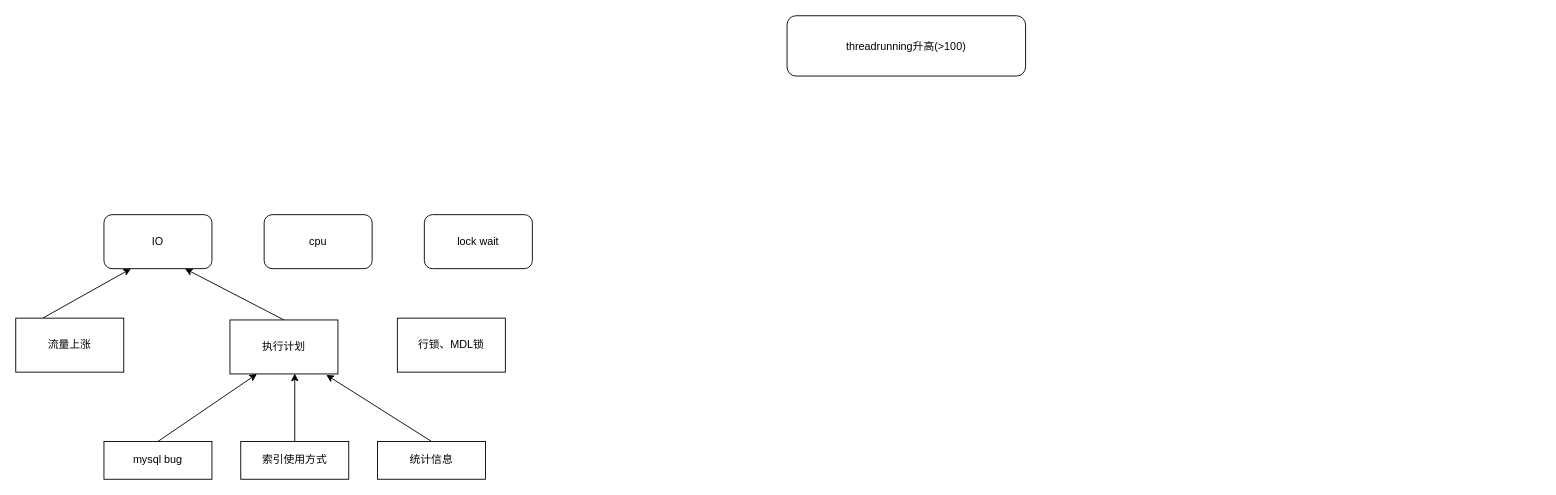
This is page "第 23 页" (23 of 23) of ksql.drawio from shangyu11/shang, a draw.io file, before an edit. Source tidied: cells renumbered, new cells numbered last; positions are measured from the earlier drawing's top-left corner, leaving out a move shared by most shapes. Both pictures are drawn from the tidied source at 90%, with x=0, y=0 at pixel (15, 15).
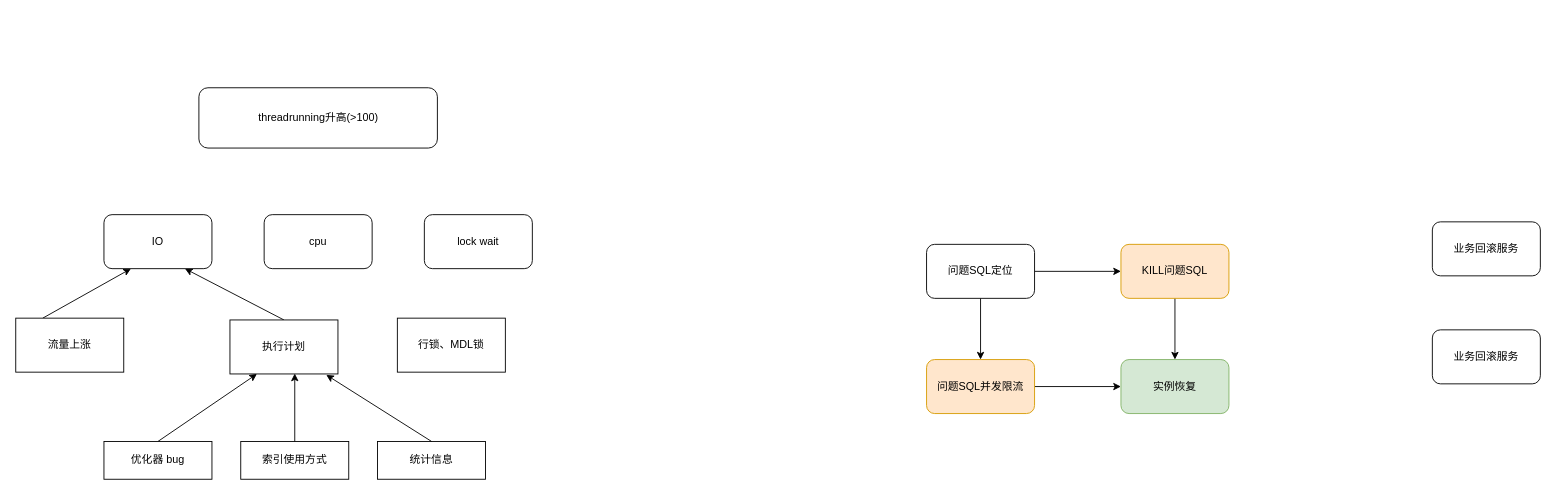
Above is the later version.

Change to the diagram source:
```diff
@@
-    <mxCell id="11" value="mysql bug" style="rounded=0;whiteSpace=wrap;html=1;" parent="1" vertex="1">
+    <mxCell id="11" value="优化器 bug" style="rounded=0;whiteSpace=wrap;html=1;" parent="1" vertex="1">
       <mxGeometry x="98" y="473" width="120" height="42" as="geometry" />
     </mxCell>
@@
     <mxCell id="16" value="threadrunning升高(&amp;gt;100)" style="rounded=1;whiteSpace=wrap;html=1;" parent="1" vertex="1">
-      <mxGeometry x="857" width="265" height="67" as="geometry" />
+      <mxGeometry x="203.5" y="80" width="265" height="67" as="geometry" />
     </mxCell>
+    <mxCell id="17" style="edgeStyle=orthogonalEdgeStyle;rounded=0;jettySize=auto;html=1;exitX=1;exitY=0.5;exitDx=0;exitDy=0;" parent="1" edge="1" source="19" target="21">
+      <mxGeometry relative="1" as="geometry" />
+    </mxCell>
+    <mxCell id="18" style="edgeStyle=orthogonalEdgeStyle;rounded=0;jettySize=auto;html=1;exitX=0.5;exitY=1;exitDx=0;exitDy=0;entryX=0.5;entryY=0;entryDx=0;entryDy=0;" parent="1" edge="1" source="19" target="23">
+      <mxGeometry relative="1" as="geometry" />
+    </mxCell>
+    <mxCell id="19" value="问题SQL定位" style="rounded=1;whiteSpace=wrap;html=1;" parent="1" vertex="1">
+      <mxGeometry x="1012" y="254" width="120" height="60" as="geometry" />
+    </mxCell>
+    <mxCell id="20" style="edgeStyle=orthogonalEdgeStyle;rounded=0;jettySize=auto;html=1;exitX=0.5;exitY=1;exitDx=0;exitDy=0;entryX=0.5;entryY=0;entryDx=0;entryDy=0;" parent="1" edge="1" source="21" target="24">
+      <mxGeometry relative="1" as="geometry" />
+    </mxCell>
+    <mxCell id="21" value="KILL问题SQL" style="rounded=1;whiteSpace=wrap;html=1;fillColor=#ffe6cc;strokeColor=#d79b00;" parent="1" vertex="1">
+      <mxGeometry x="1228" y="254" width="120" height="60" as="geometry" />
+    </mxCell>
+    <mxCell id="22" style="edgeStyle=orthogonalEdgeStyle;rounded=0;jettySize=auto;html=1;exitX=1;exitY=0.5;exitDx=0;exitDy=0;" parent="1" edge="1" source="23" target="24">
+      <mxGeometry relative="1" as="geometry" />
+    </mxCell>
+    <mxCell id="23" value="问题SQL并发限流" style="rounded=1;whiteSpace=wrap;html=1;fillColor=#ffe6cc;strokeColor=#d79b00;" parent="1" vertex="1">
+      <mxGeometry x="1012" y="382" width="120" height="60" as="geometry" />
+    </mxCell>
+    <mxCell id="24" value="实例恢复" style="rounded=1;whiteSpace=wrap;html=1;fillColor=#d5e8d4;strokeColor=#82b366;" parent="1" vertex="1">
+      <mxGeometry x="1228" y="382" width="120" height="60" as="geometry" />
+    </mxCell>
+    <mxCell id="25" value="业务回滚服务" style="rounded=1;whiteSpace=wrap;html=1;" parent="1" vertex="1">
+      <mxGeometry x="1574" y="229" width="120" height="60" as="geometry" />
+    </mxCell>
+    <mxCell id="26" value="业务回滚服务" style="rounded=1;whiteSpace=wrap;html=1;" parent="1" vertex="1">
+      <mxGeometry x="1574" y="349" width="120" height="60" as="geometry" />
+    </mxCell>
```
